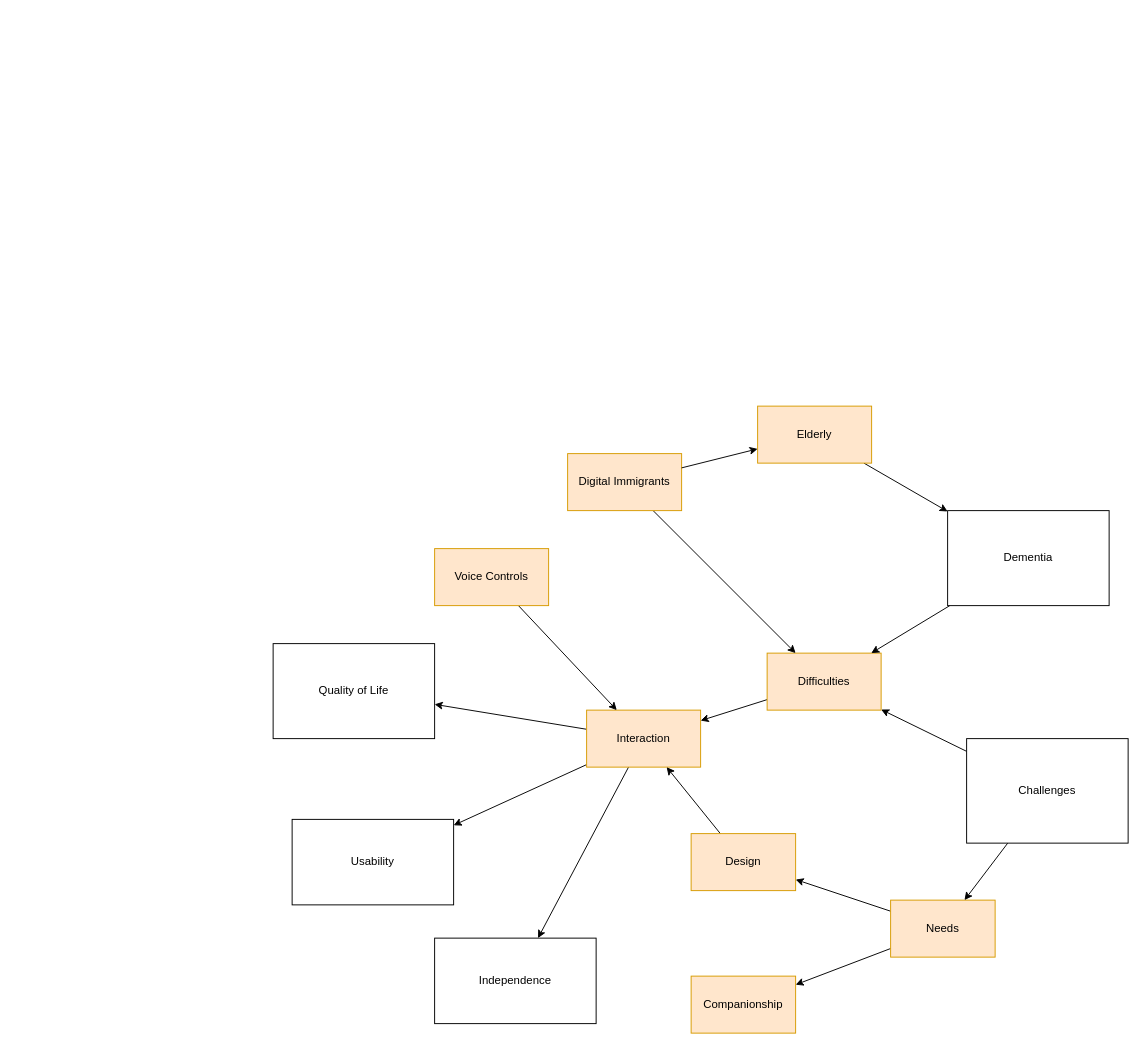
Before: page "Concept Map" (1 of 3) of docs/diagrams/diagrams.drawio in KieronGillingham/DementiaVA, a draw.io diagram. Source tidied: cells renumbered, new cells numbered last; positions are measured from the earlier drawing's top-left corner, leaving out a move shared by most shapes. Both pictures are drawn from the tidied source at 95%, with x=0, y=0 at pixel (273, 406).
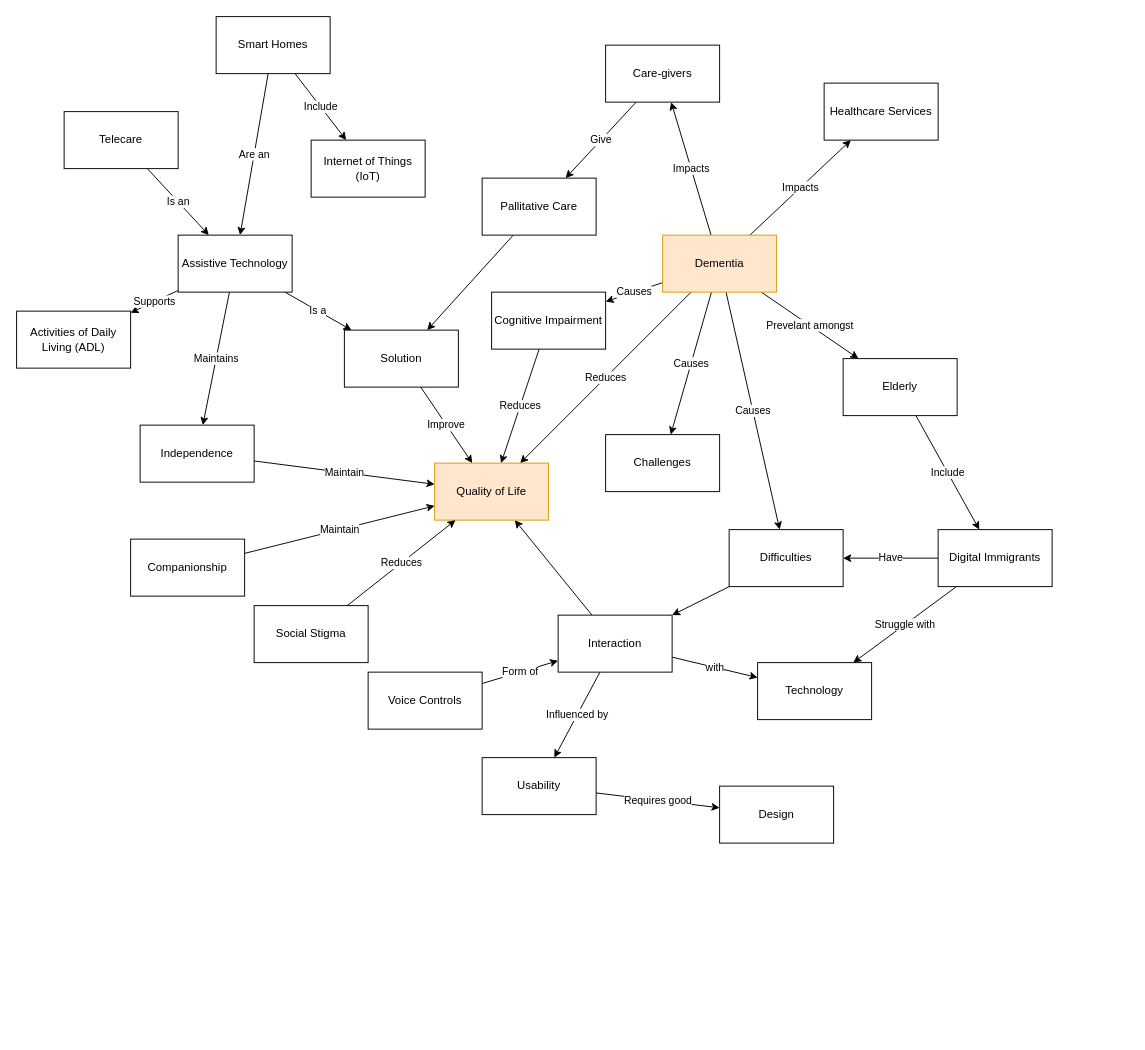
After the change.

Diff of the diagram source:
```diff
@@
-    <mxCell id="2" style="rounded=0;jettySize=auto;html=1;" parent="1" edge="1" source="5" target="8">
+    <mxCell id="2" value="Influenced by" style="rounded=0;jettySize=auto;html=1;" parent="1" edge="1" source="5" target="8">
       <mxGeometry relative="1" as="geometry" />
     </mxCell>
-    <mxCell id="3" style="edgeStyle=none;rounded=0;jettySize=auto;html=1;" parent="1" edge="1" source="5" target="26">
-      <mxGeometry relative="1" as="geometry" />
-    </mxCell>
@@
+    <mxCell id="29" value="with" style="edgeStyle=none;rounded=0;jettySize=auto;html=1;strokeColor=#000000;" parent="1" edge="1" source="5" target="30">
+      <mxGeometry relative="1" as="geometry" />
+    </mxCell>
-    <mxCell id="5" value="Interaction" style="rounded=0;whiteSpace=wrap;html=1;fillColor=#ffe6cc;strokeColor=#d79b00;" parent="1" vertex="1">
-      <mxGeometry x="330" y="320" width="120" height="60" as="geometry" />
+    <mxCell id="5" value="Interaction" style="rounded=0;whiteSpace=wrap;html=1;" parent="1" vertex="1">
+      <mxGeometry x="300" y="220" width="120" height="60" as="geometry" />
     </mxCell>
+    <mxCell id="30" value="Technology" style="rounded=0;whiteSpace=wrap;html=1;" parent="1" vertex="1">
+      <mxGeometry x="510" y="270" width="120" height="60" as="geometry" />
+    </mxCell>
-    <mxCell id="6" style="edgeStyle=none;rounded=0;jettySize=auto;html=1;" parent="1" edge="1" source="7" target="5">
+    <mxCell id="6" value="Form of" style="edgeStyle=none;rounded=0;jettySize=auto;html=1;" parent="1" edge="1" source="7" target="5">
       <mxGeometry relative="1" as="geometry" />
     </mxCell>
-    <mxCell id="7" value="Voice Controls" style="rounded=0;whiteSpace=wrap;html=1;fillColor=#ffe6cc;strokeColor=#d79b00;" parent="1" vertex="1">
-      <mxGeometry x="170" y="150" width="120" height="60" as="geometry" />
+    <mxCell id="7" value="Voice Controls" style="rounded=0;whiteSpace=wrap;html=1;" parent="1" vertex="1">
+      <mxGeometry x="100" y="280" width="120" height="60" as="geometry" />
     </mxCell>
+    <mxCell id="31" value="Requires good" style="edgeStyle=none;rounded=0;jettySize=auto;html=1;strokeColor=#000000;" parent="1" edge="1" source="8" target="25">
+      <mxGeometry relative="1" as="geometry" />
+    </mxCell>
     <mxCell id="8" value="Usability" style="rounded=0;whiteSpace=wrap;html=1;" parent="1" vertex="1">
-      <mxGeometry x="20" y="435" width="170" height="90" as="geometry" />
+      <mxGeometry x="220" y="370" width="120" height="60" as="geometry" />
     </mxCell>
@@
-    <mxCell id="10" value="Difficulties" style="rounded=0;whiteSpace=wrap;html=1;fillColor=#ffe6cc;strokeColor=#d79b00;" parent="1" vertex="1">
-      <mxGeometry x="520" y="260" width="120" height="60" as="geometry" />
+    <mxCell id="10" value="Difficulties" style="rounded=0;whiteSpace=wrap;html=1;" parent="1" vertex="1">
+      <mxGeometry x="480" y="130" width="120" height="60" as="geometry" />
     </mxCell>
-    <mxCell id="11" style="rounded=0;jettySize=auto;html=1;" parent="1" edge="1" source="12" target="10">
+    <mxCell id="11" value="Causes" style="rounded=0;jettySize=auto;html=1;" parent="1" edge="1" source="12" target="10">
       <mxGeometry relative="1" as="geometry" />
     </mxCell>
+    <mxCell id="32" value="Prevelant amongst" style="edgeStyle=none;rounded=0;jettySize=auto;html=1;strokeColor=#000000;" parent="1" edge="1" source="12" target="19">
+      <mxGeometry relative="1" as="geometry" />
+    </mxCell>
+    <mxCell id="33" value="Reduces" style="edgeStyle=none;rounded=0;jettySize=auto;html=1;strokeColor=#000000;" parent="1" edge="1" source="12" target="28">
+      <mxGeometry relative="1" as="geometry" />
+    </mxCell>
+    <mxCell id="34" value="Causes" style="edgeStyle=none;rounded=0;jettySize=auto;html=1;strokeColor=#000000;" parent="1" edge="1" source="12" target="23">
+      <mxGeometry relative="1" as="geometry" />
+    </mxCell>
+    <mxCell id="35" value="Causes" style="edgeStyle=none;rounded=0;jettySize=auto;html=1;strokeColor=#000000;" parent="1" edge="1" source="12" target="60">
+      <mxGeometry relative="1" as="geometry" />
+    </mxCell>
+    <mxCell id="36" value="Impacts" style="edgeStyle=none;rounded=0;jettySize=auto;html=1;strokeColor=#000000;" parent="1" edge="1" source="12" target="61">
+      <mxGeometry relative="1" as="geometry" />
+    </mxCell>
+    <mxCell id="37" value="Impacts" style="edgeStyle=none;rounded=0;jettySize=auto;html=1;strokeColor=#000000;" parent="1" edge="1" source="12" target="58">
+      <mxGeometry relative="1" as="geometry" />
+    </mxCell>
-    <mxCell id="12" value="Dementia" style="rounded=0;whiteSpace=wrap;html=1;" parent="1" vertex="1">
-      <mxGeometry x="710" y="110" width="170" height="100" as="geometry" />
+    <mxCell id="12" value="Dementia" style="rounded=0;whiteSpace=wrap;html=1;fillColor=#ffe6cc;strokeColor=#d79b00;" parent="1" vertex="1">
+      <mxGeometry x="410" y="-180" width="120" height="60" as="geometry" />
     </mxCell>
-    <mxCell id="13" style="edgeStyle=none;rounded=0;jettySize=auto;html=1;" parent="1" edge="1" source="15" target="25">
-      <mxGeometry relative="1" as="geometry" />
-    </mxCell>
-    <mxCell id="14" style="edgeStyle=none;rounded=0;jettySize=auto;html=1;" parent="1" edge="1" source="15" target="27">
-      <mxGeometry relative="1" as="geometry" />
-    </mxCell>
-    <mxCell id="15" value="Needs" style="rounded=0;whiteSpace=wrap;html=1;fillColor=#ffe6cc;strokeColor=#d79b00;" parent="1" vertex="1">
-      <mxGeometry x="650" y="520" width="110" height="60" as="geometry" />
-    </mxCell>
-    <mxCell id="16" style="edgeStyle=none;rounded=0;jettySize=auto;html=1;" parent="1" edge="1" source="19" target="12">
-      <mxGeometry relative="1" as="geometry" />
-    </mxCell>
+    <mxCell id="23" value="Challenges" style="rounded=0;whiteSpace=wrap;html=1;" parent="1" vertex="1">
+      <mxGeometry x="350" y="30" width="120" height="60" as="geometry" />
+    </mxCell>
-    <mxCell id="17" style="edgeStyle=none;rounded=0;jettySize=auto;html=1;" parent="1" edge="1" source="18" target="10">
+    <mxCell id="17" value="Have" style="edgeStyle=none;rounded=0;jettySize=auto;html=1;" parent="1" edge="1" source="18" target="10">
       <mxGeometry relative="1" as="geometry" />
     </mxCell>
+    <mxCell id="38" value="Struggle with" style="edgeStyle=none;rounded=0;jettySize=auto;html=1;strokeColor=#000000;" parent="1" edge="1" source="18" target="30">
+      <mxGeometry relative="1" as="geometry" />
+    </mxCell>
-    <mxCell id="18" value="Digital Immigrants" style="rounded=0;whiteSpace=wrap;html=1;fillColor=#ffe6cc;strokeColor=#d79b00;" parent="1" vertex="1">
-      <mxGeometry x="310" y="50" width="120" height="60" as="geometry" />
+    <mxCell id="18" value="Digital Immigrants" style="rounded=0;whiteSpace=wrap;html=1;" parent="1" vertex="1">
+      <mxGeometry x="700" y="130" width="120" height="60" as="geometry" />
     </mxCell>
+    <mxCell id="39" value="Include" style="rounded=0;jettySize=auto;html=1;strokeColor=#000000;" parent="1" edge="1" source="19" target="18">
+      <mxGeometry relative="1" as="geometry" />
+    </mxCell>
-    <mxCell id="19" value="Elderly" style="rounded=0;whiteSpace=wrap;html=1;fillColor=#ffe6cc;strokeColor=#d79b00;" parent="1" vertex="1">
-      <mxGeometry x="510" width="120" height="60" as="geometry" />
+    <mxCell id="19" value="Elderly" style="rounded=0;whiteSpace=wrap;html=1;" parent="1" vertex="1">
+      <mxGeometry x="600" y="-50" width="120" height="60" as="geometry" />
     </mxCell>
-    <mxCell id="20" style="edgeStyle=none;rounded=0;jettySize=auto;html=1;" parent="1" edge="1" source="18" target="19">
-      <mxGeometry relative="1" as="geometry" />
-    </mxCell>
-    <mxCell id="21" style="edgeStyle=none;rounded=0;jettySize=auto;html=1;" parent="1" edge="1" source="23" target="10">
-      <mxGeometry relative="1" as="geometry" />
-    </mxCell>
-    <mxCell id="22" style="edgeStyle=none;rounded=0;jettySize=auto;html=1;" parent="1" edge="1" source="23" target="15">
-      <mxGeometry relative="1" as="geometry" />
-    </mxCell>
-    <mxCell id="23" value="Challenges" style="rounded=0;whiteSpace=wrap;html=1;" parent="1" vertex="1">
-      <mxGeometry x="730" y="350" width="170" height="110" as="geometry" />
-    </mxCell>
-    <mxCell id="24" style="edgeStyle=none;rounded=0;jettySize=auto;html=1;" parent="1" edge="1" source="25" target="5">
-      <mxGeometry relative="1" as="geometry" />
-    </mxCell>
-    <mxCell id="25" value="Design" style="rounded=0;whiteSpace=wrap;html=1;fillColor=#ffe6cc;strokeColor=#d79b00;" parent="1" vertex="1">
-      <mxGeometry x="440" y="450" width="110" height="60" as="geometry" />
+    <mxCell id="25" value="Design" style="rounded=0;whiteSpace=wrap;html=1;" parent="1" vertex="1">
+      <mxGeometry x="470" y="400" width="120" height="60" as="geometry" />
     </mxCell>
+    <mxCell id="40" value="Maintain" style="edgeStyle=none;rounded=0;jettySize=auto;html=1;strokeColor=#000000;" parent="1" edge="1" source="26" target="28">
+      <mxGeometry relative="1" as="geometry" />
+    </mxCell>
     <mxCell id="26" value="Independence" style="rounded=0;whiteSpace=wrap;html=1;" parent="1" vertex="1">
-      <mxGeometry x="170" y="560" width="170" height="90" as="geometry" />
+      <mxGeometry x="-140" y="20" width="120" height="60" as="geometry" />
     </mxCell>
+    <mxCell id="41" value="Maintain" style="edgeStyle=none;rounded=0;jettySize=auto;html=1;strokeColor=#000000;" parent="1" edge="1" source="27" target="28">
+      <mxGeometry relative="1" as="geometry" />
+    </mxCell>
-    <mxCell id="27" value="Companionship" style="rounded=0;whiteSpace=wrap;html=1;fillColor=#ffe6cc;strokeColor=#d79b00;" parent="1" vertex="1">
-      <mxGeometry x="440" y="600" width="110" height="60" as="geometry" />
+    <mxCell id="27" value="Companionship" style="rounded=0;whiteSpace=wrap;html=1;" parent="1" vertex="1">
+      <mxGeometry x="-150" y="140" width="120" height="60" as="geometry" />
     </mxCell>
-    <mxCell id="28" value="Quality of Life" style="rounded=0;whiteSpace=wrap;html=1;" parent="1" vertex="1">
-      <mxGeometry y="250" width="170" height="100" as="geometry" />
+    <mxCell id="28" value="Quality of Life" style="rounded=0;whiteSpace=wrap;html=1;fillColor=#ffe6cc;strokeColor=#d79b00;" parent="1" vertex="1">
+      <mxGeometry x="170" y="60" width="120" height="60" as="geometry" />
     </mxCell>
+    <mxCell id="42" value="Improve" style="edgeStyle=none;rounded=0;jettySize=auto;html=1;strokeColor=#000000;" parent="1" edge="1" source="43" target="28">
+      <mxGeometry relative="1" as="geometry" />
+    </mxCell>
+    <mxCell id="43" value="Solution" style="rounded=0;whiteSpace=wrap;html=1;" parent="1" vertex="1">
+      <mxGeometry x="75" y="-80" width="120" height="60" as="geometry" />
+    </mxCell>
+    <mxCell id="44" value="Are an" style="edgeStyle=none;rounded=0;jettySize=auto;html=1;strokeColor=#000000;" parent="1" edge="1" source="46" target="50">
+      <mxGeometry relative="1" as="geometry" />
+    </mxCell>
+    <mxCell id="45" value="Include" style="edgeStyle=none;rounded=0;jettySize=auto;html=1;strokeColor=#000000;" parent="1" edge="1" source="46" target="54">
+      <mxGeometry relative="1" as="geometry" />
+    </mxCell>
+    <mxCell id="46" value="Smart Homes" style="rounded=0;whiteSpace=wrap;html=1;" parent="1" vertex="1">
+      <mxGeometry x="-60" y="-410" width="120" height="60" as="geometry" />
+    </mxCell>
+    <mxCell id="47" value="Is a" style="edgeStyle=none;rounded=0;jettySize=auto;html=1;strokeColor=#000000;" parent="1" edge="1" source="50" target="43">
+      <mxGeometry relative="1" as="geometry" />
+    </mxCell>
+    <mxCell id="48" value="Supports" style="edgeStyle=none;rounded=0;jettySize=auto;html=1;strokeColor=#000000;" parent="1" edge="1" source="50" target="51">
+      <mxGeometry relative="1" as="geometry" />
+    </mxCell>
+    <mxCell id="49" value="Maintains" style="edgeStyle=none;rounded=0;jettySize=auto;html=1;strokeColor=#000000;" parent="1" edge="1" source="50" target="26">
+      <mxGeometry relative="1" as="geometry" />
+    </mxCell>
+    <mxCell id="50" value="Assistive Technology" style="rounded=0;whiteSpace=wrap;html=1;" parent="1" vertex="1">
+      <mxGeometry x="-100" y="-180" width="120" height="60" as="geometry" />
+    </mxCell>
+    <mxCell id="51" value="Activities of Daily Living (ADL)" style="rounded=0;whiteSpace=wrap;html=1;" parent="1" vertex="1">
+      <mxGeometry x="-270" y="-100" width="120" height="60" as="geometry" />
+    </mxCell>
+    <mxCell id="52" value="Is an" style="edgeStyle=none;rounded=0;jettySize=auto;html=1;strokeColor=#000000;" parent="1" edge="1" source="53" target="50">
+      <mxGeometry relative="1" as="geometry" />
+    </mxCell>
+    <mxCell id="53" value="Telecare" style="rounded=0;whiteSpace=wrap;html=1;" parent="1" vertex="1">
+      <mxGeometry x="-220" y="-310" width="120" height="60" as="geometry" />
+    </mxCell>
+    <mxCell id="54" value="Internet of Things (IoT)" style="rounded=0;whiteSpace=wrap;html=1;" parent="1" vertex="1">
+      <mxGeometry x="40" y="-280" width="120" height="60" as="geometry" />
+    </mxCell>
+    <mxCell id="55" style="edgeStyle=none;rounded=0;jettySize=auto;html=1;strokeColor=#000000;" parent="1" edge="1" source="56" target="43">
+      <mxGeometry relative="1" as="geometry" />
+    </mxCell>
+    <mxCell id="56" value="Pallitative Care" style="rounded=0;whiteSpace=wrap;html=1;" parent="1" vertex="1">
+      <mxGeometry x="220" y="-240" width="120" height="60" as="geometry" />
+    </mxCell>
+    <mxCell id="57" value="Give" style="edgeStyle=none;rounded=0;jettySize=auto;html=1;strokeColor=#000000;" parent="1" edge="1" source="58" target="56">
+      <mxGeometry relative="1" as="geometry" />
+    </mxCell>
+    <mxCell id="58" value="Care-givers" style="rounded=0;whiteSpace=wrap;html=1;" parent="1" vertex="1">
+      <mxGeometry x="350" y="-380" width="120" height="60" as="geometry" />
+    </mxCell>
+    <mxCell id="59" value="Reduces" style="edgeStyle=none;rounded=0;jettySize=auto;html=1;strokeColor=#000000;" parent="1" edge="1" source="60" target="28">
+      <mxGeometry relative="1" as="geometry" />
+    </mxCell>
+    <mxCell id="60" value="Cognitive Impairment" style="rounded=0;whiteSpace=wrap;html=1;" parent="1" vertex="1">
+      <mxGeometry x="230" y="-120" width="120" height="60" as="geometry" />
+    </mxCell>
+    <mxCell id="61" value="Healthcare Services" style="rounded=0;whiteSpace=wrap;html=1;" parent="1" vertex="1">
+      <mxGeometry x="580" y="-340" width="120" height="60" as="geometry" />
+    </mxCell>
+    <mxCell id="62" value="Reduces" style="edgeStyle=none;rounded=0;jettySize=auto;html=1;strokeColor=#000000;" parent="1" edge="1" source="63" target="28">
+      <mxGeometry relative="1" as="geometry" />
+    </mxCell>
+    <mxCell id="63" value="Social Stigma" style="rounded=0;whiteSpace=wrap;html=1;" parent="1" vertex="1">
+      <mxGeometry x="-20" y="210" width="120" height="60" as="geometry" />
+    </mxCell>
+    <mxCell id="64" style="edgeStyle=none;rounded=0;orthogonalLoop=1;jettySize=auto;html=1;exitX=0.5;exitY=1;exitDx=0;exitDy=0;strokeColor=#000000;" parent="1" edge="1" source="30" target="30">
+      <mxGeometry relative="1" as="geometry" />
+    </mxCell>
```
